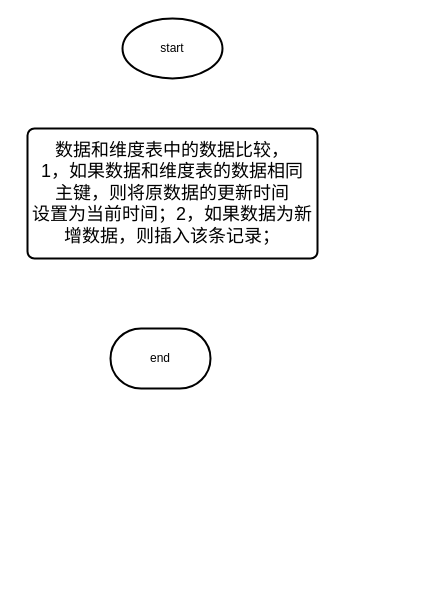
The draw.io diagram 任务执行流程类型2.drawio in gebifeixiang/investment, before the edit. Source tidied: cells renumbered, new cells numbered last; positions are measured from the earlier drawing's top-left corner, leaving out a move shared by most shapes. Both pictures are drawn from the tidied source at 100%, with x=0, y=0 at pixel (27, 18).
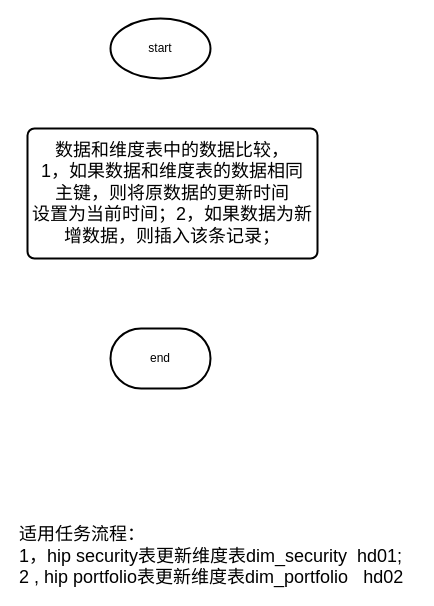
After the change.

Commit message (it also covers changes not shown here):
Update 任务执行流程类型2.drawio

The edit, as a diff of the source:
```diff
@@
 <mxGraphModel>
   <root>
     <mxCell id="0" />
     <mxCell id="1" parent="0" />
     <mxCell id="2" value="start" style="strokeWidth=2;html=1;shape=mxgraph.flowchart.start_1;whiteSpace=wrap;" parent="1" vertex="1">
-      <mxGeometry x="95" width="100" height="60" as="geometry" />
+      <mxGeometry x="83" width="100" height="60" as="geometry" />
     </mxCell>
     <mxCell id="3" value="end" style="strokeWidth=2;html=1;shape=mxgraph.flowchart.terminator;whiteSpace=wrap;" parent="1" vertex="1">
       <mxGeometry x="83" y="310" width="100" height="60" as="geometry" />
     </mxCell>
     <mxCell id="4" value="数据和维度表中的数据比较，&lt;br&gt;1，如果数据和维度表的数据相同&lt;br&gt;主键，则将原数据的更新时间&lt;br&gt;设置为当前时间；2，如果数据为新增数据，则插入该条记录；&lt;br style=&quot;font-size: 18px&quot;&gt;" style="rounded=1;whiteSpace=wrap;html=1;absoluteArcSize=1;arcSize=14;strokeWidth=2;fontSize=18;" parent="1" vertex="1">
       <mxGeometry y="110" width="290" height="130" as="geometry" />
     </mxCell>
+    <mxCell id="5" value="&lt;font style=&quot;font-size: 18px&quot;&gt;适用任务流程：&lt;br&gt;1，hip security表更新维度表dim_security&amp;nbsp; hd01;&lt;br&gt;2 , hip portfolio表更新维度表dim_portfolio&amp;nbsp; &amp;nbsp;hd02&lt;/font&gt;&lt;br&gt;" style="text;html=1;align=left;verticalAlign=top;spacingTop=-4;" parent="1" vertex="1">
+      <mxGeometry x="-10" y="503" width="400" height="50" as="geometry" />
+    </mxCell>
   </root>
 </mxGraphModel>
```
